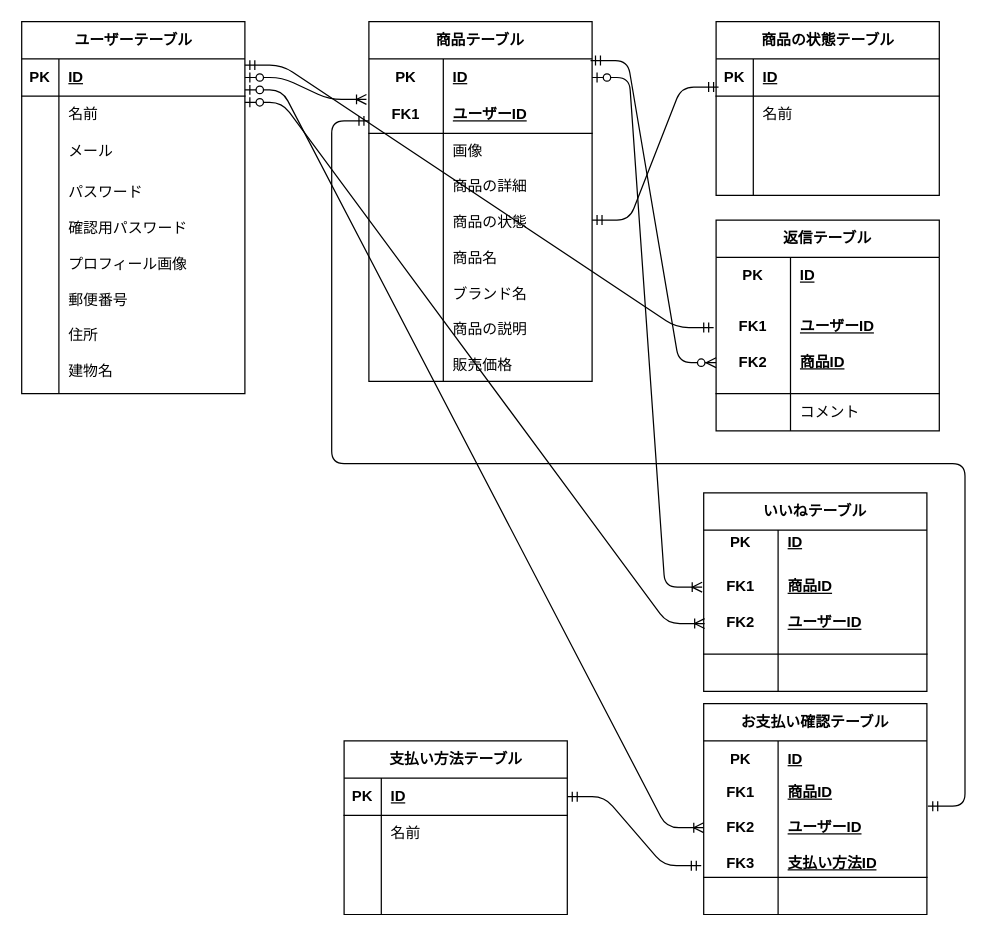
Earlier version of the draw.io diagram er-diagram.drawio (casanova1502/beginner-simulation-case). Source tidied: cells renumbered, new cells numbered last; positions are measured from the earlier drawing's top-left corner, leaving out a move shared by most shapes. Both pictures are drawn from the tidied source at 124%, with x=0, y=0 at pixel (-177, 21).
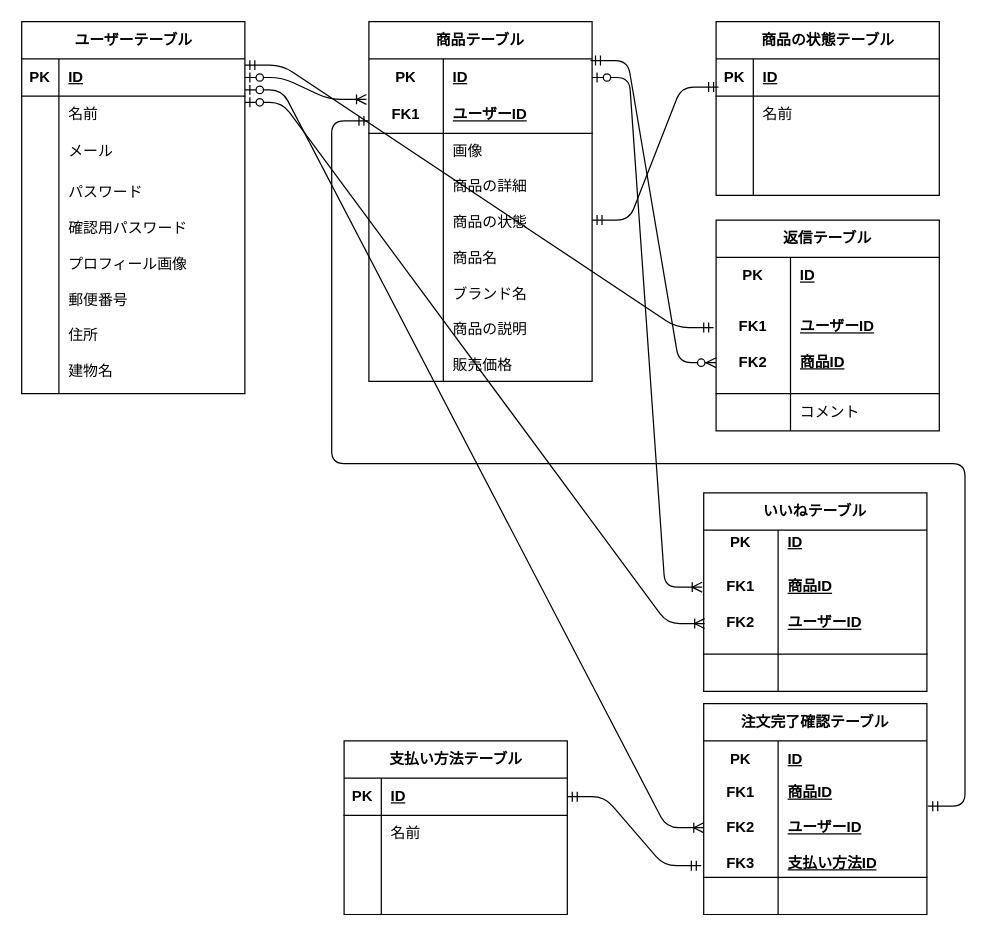
Above is the later version.

The edit, as a diff of the source:
```diff
@@
-    <mxCell id="28" value="お支払い確認テーブル" style="shape=table;startSize=30;childLayout=tableLayout;rowLines=0;fontStyle=1;align=center;html=1;whiteSpace=wrap;" parent="1" vertex="1">
+    <mxCell id="28" value="注文完了確認テーブル" style="shape=table;startSize=30;childLayout=tableLayout;rowLines=0;fontStyle=1;align=center;html=1;whiteSpace=wrap;" parent="1" vertex="1">
       <mxGeometry x="710" y="550" width="180" height="170" as="geometry" />
     </mxCell>
```
